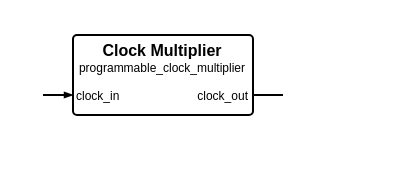
This is sources/clock/programmable_clock_multiplier/programmable_clock_multiplier.symbol.drawio from Louis-DR/OmniCores-BuildingBlocks, a draw.io file, before an edit. Source tidied: cells renumbered, new cells numbered last; positions are measured from the earlier drawing's top-left corner, leaving out a move shared by most shapes. Both pictures are drawn from the tidied source at 200%, with x=0, y=0 at pixel (42, 34).
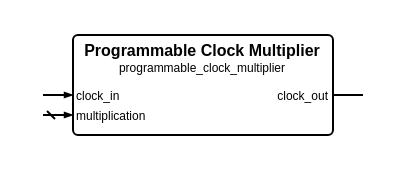
Above is the later version.

What changed in the source:
```diff
@@
 <mxGraphModel>
   <root>
     <mxCell id="0" />
     <mxCell id="1" parent="0" />
     <mxCell id="2" style="group;" parent="1" vertex="1">
-      <mxGeometry width="120" height="40" as="geometry" />
+      <mxGeometry width="160" height="50" as="geometry" />
     </mxCell>
     <mxCell id="3" style="rounded=1;arcSize=5;fillColor=none;strokeWidth=1;strokeColor=black;whiteSpace=wrap;html=1;" parent="2" vertex="1">
-      <mxGeometry x="15" width="90" height="40" as="geometry" />
+      <mxGeometry x="15" width="130" height="50" as="geometry" />
     </mxCell>
-    <mxCell id="4" value="Clock Multiplier" style="text;html=1;align=center;verticalAlign=middle;whiteSpace=wrap;rounded=0;fontSize=8;fontStyle=1;fontColor=black;" parent="2" vertex="1">
-      <mxGeometry x="15" y="7" width="90" as="geometry" />
+    <mxCell id="4" value="Programmable Clock Multiplier" style="text;html=1;align=center;verticalAlign=middle;whiteSpace=wrap;rounded=0;fontSize=8;fontStyle=1;fontColor=black;" parent="2" vertex="1">
+      <mxGeometry x="15" y="7" width="130" as="geometry" />
     </mxCell>
     <mxCell id="5" value="programmable_clock_multiplier" style="text;html=1;align=center;verticalAlign=middle;whiteSpace=wrap;rounded=0;fontSize=6;fontStyle=0;fontColor=black;" parent="2" vertex="1">
-      <mxGeometry x="15" y="16" width="90" as="geometry" />
+      <mxGeometry x="15" y="16" width="130" as="geometry" />
     </mxCell>
     <mxCell id="6" value="clock_in" style="text;html=1;align=left;verticalAlign=middle;whiteSpace=wrap;rounded=0;fontSize=6;fontStyle=0;fontColor=black;" parent="2" vertex="1">
-      <mxGeometry x="15" y="30" width="90" as="geometry" />
+      <mxGeometry x="15" y="30" width="130" as="geometry" />
     </mxCell>
     <mxCell id="7" style="html=1;rounded=1;strokeWidth=1;strokeColor=black;startFill=0;startSize=2;startArrow=none;endFill=1;endSize=2;endArrow=blockThin;sourcePerimeterSpacing=0;" parent="2" edge="1">
       <mxGeometry relative="1" as="geometry">
         <mxPoint y="30" as="sourcePoint" />
         <mxPoint x="15" y="30" as="targetPoint" />
       </mxGeometry>
     </mxCell>
     <mxCell id="8" value="clock_out" style="text;html=1;align=right;verticalAlign=middle;whiteSpace=wrap;rounded=0;fontSize=6;fontStyle=0;fontColor=black;" parent="2" vertex="1">
-      <mxGeometry x="15" y="30" width="90" as="geometry" />
+      <mxGeometry x="15" y="30" width="130" as="geometry" />
     </mxCell>
     <mxCell id="9" style="html=1;rounded=1;strokeWidth=1;strokeColor=black;startFill=0;startSize=2;startArrow=none;endFill=1;endSize=2;endArrow=none;sourcePerimeterSpacing=0;" parent="2" edge="1">
       <mxGeometry relative="1" as="geometry">
-        <mxPoint x="120" y="30" as="sourcePoint" />
-        <mxPoint x="105" y="30" as="targetPoint" />
+        <mxPoint x="160" y="30" as="sourcePoint" />
+        <mxPoint x="145" y="30" as="targetPoint" />
       </mxGeometry>
     </mxCell>
+    <mxCell id="10" value="multiplication" style="text;html=1;align=left;verticalAlign=middle;whiteSpace=wrap;rounded=0;fontSize=6;fontStyle=0;fontColor=black;" parent="2" vertex="1">
+      <mxGeometry x="15" y="40" width="130" as="geometry" />
+    </mxCell>
+    <mxCell id="11" style="html=1;rounded=1;strokeWidth=1;strokeColor=black;startFill=0;startSize=2;startArrow=dash;endFill=1;endSize=2;endArrow=blockThin;sourcePerimeterSpacing=0;" parent="2" edge="1">
+      <mxGeometry relative="1" as="geometry">
+        <mxPoint y="40" as="sourcePoint" />
+        <mxPoint x="15" y="40" as="targetPoint" />
+      </mxGeometry>
+    </mxCell>
   </root>
 </mxGraphModel>
```
